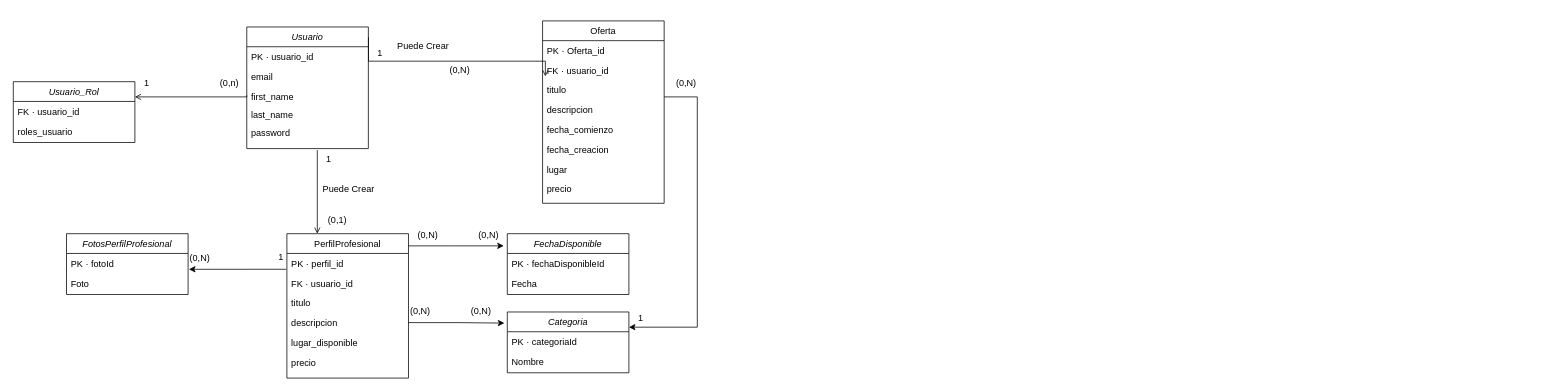
The draw.io diagram docs/TFC_FernandoGalisteo.drawio in FerGalisteo/TFC_FernandoGalisteo, before the edit. Source tidied: cells renumbered, new cells numbered last; positions are measured from the earlier drawing's top-left corner, leaving out a move shared by most shapes. Both pictures are drawn from the tidied source at 76%, with x=0, y=0 at pixel (13, 21).
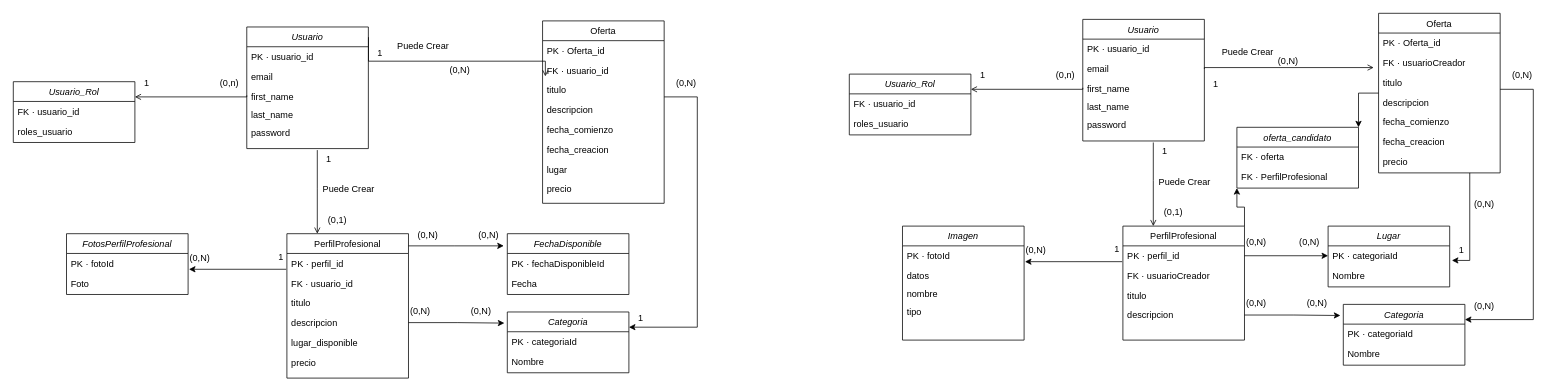
After the change.

The edit, as a diff of the source:
```diff
@@
+    <mxCell id="59" value="Usuario" style="swimlane;fontStyle=2;align=center;verticalAlign=top;horizontal=1;startSize=26;rounded=0;shadow=0;strokeWidth=1;" parent="1" vertex="1">
+      <mxGeometry x="1407.2" y="-2" width="160" height="160" as="geometry" />
+    </mxCell>
+    <mxCell id="60" value="PK · usuario_id" style="text;align=left;verticalAlign=top;spacingLeft=4;spacingRight=4;overflow=hidden;" parent="59" vertex="1">
+      <mxGeometry y="26" width="160" height="26" as="geometry" />
+    </mxCell>
+    <mxCell id="61" value="email" style="text;align=left;verticalAlign=top;spacingLeft=4;spacingRight=4;overflow=hidden;points=[[0,0.5],[1,0.5]];portConstraint=eastwest;rounded=0;shadow=0;html=0;" parent="59" vertex="1">
+      <mxGeometry y="52" width="160" height="26" as="geometry" />
+    </mxCell>
+    <mxCell id="62" value="first_name" style="text;align=left;verticalAlign=top;spacingLeft=4;spacingRight=4;overflow=hidden;points=[[0,0.5],[1,0.5]];portConstraint=eastwest;rounded=0;shadow=0;html=0;" parent="59" vertex="1">
+      <mxGeometry y="78" width="160" height="24" as="geometry" />
+    </mxCell>
+    <mxCell id="63" value="last_name" style="text;align=left;verticalAlign=top;spacingLeft=4;spacingRight=4;overflow=hidden;rounded=0;shadow=0;html=0;" parent="59" vertex="1">
+      <mxGeometry y="102" width="160" height="24" as="geometry" />
+    </mxCell>
+    <mxCell id="64" value="password" style="text;align=left;verticalAlign=top;spacingLeft=4;spacingRight=4;overflow=hidden;rounded=0;shadow=0;html=0;" parent="59" vertex="1">
+      <mxGeometry y="126" width="160" height="24" as="geometry" />
+    </mxCell>
+    <mxCell id="65" style="edgeStyle=orthogonalEdgeStyle;rounded=0;jettySize=auto;html=1;entryX=1;entryY=0.25;entryDx=0;entryDy=0;" parent="1" edge="1" source="67" target="103">
+      <mxGeometry relative="1" as="geometry">
+        <Array as="points">
+          <mxPoint x="2000" y="90" />
+          <mxPoint x="2000" y="393" />
+        </Array>
+      </mxGeometry>
+    </mxCell>
+    <mxCell id="66" style="edgeStyle=orthogonalEdgeStyle;rounded=0;jettySize=auto;html=1;entryX=1;entryY=0;entryDx=0;entryDy=0;" parent="1" edge="1" source="67" target="120">
+      <mxGeometry relative="1" as="geometry" />
+    </mxCell>
+    <mxCell id="67" value="Oferta" style="swimlane;fontStyle=0;align=center;verticalAlign=top;horizontal=1;startSize=26;rounded=0;shadow=0;strokeWidth=1;" parent="1" vertex="1">
+      <mxGeometry x="1796.4" y="-10" width="160" height="210" as="geometry" />
+    </mxCell>
+    <mxCell id="68" value="PK · Oferta_id" style="text;align=left;verticalAlign=top;spacingLeft=4;spacingRight=4;overflow=hidden;" parent="67" vertex="1">
+      <mxGeometry y="26" width="160" height="26" as="geometry" />
+    </mxCell>
+    <mxCell id="69" value="FK · usuarioCreador" style="text;align=left;verticalAlign=top;spacingLeft=4;spacingRight=4;overflow=hidden;points=[[0,0.5],[1,0.5]];portConstraint=eastwest;" parent="67" vertex="1">
+      <mxGeometry y="52" width="160" height="26" as="geometry" />
+    </mxCell>
+    <mxCell id="70" value="titulo" style="text;align=left;verticalAlign=top;spacingLeft=4;spacingRight=4;overflow=hidden;rounded=0;shadow=0;html=0;" parent="67" vertex="1">
+      <mxGeometry y="78" width="160" height="26" as="geometry" />
+    </mxCell>
+    <mxCell id="71" value="descripcion" style="text;align=left;verticalAlign=top;spacingLeft=4;spacingRight=4;overflow=hidden;rounded=0;shadow=0;html=0;" parent="67" vertex="1">
+      <mxGeometry y="104" width="160" height="26" as="geometry" />
+    </mxCell>
+    <mxCell id="72" value="fecha_comienzo" style="text;align=left;verticalAlign=top;spacingLeft=4;spacingRight=4;overflow=hidden;rounded=0;shadow=0;html=0;" parent="67" vertex="1">
+      <mxGeometry y="130" width="160" height="26" as="geometry" />
+    </mxCell>
+    <mxCell id="73" value="fecha_creacion" style="text;align=left;verticalAlign=top;spacingLeft=4;spacingRight=4;overflow=hidden;rounded=0;shadow=0;html=0;" parent="67" vertex="1">
+      <mxGeometry y="156" width="160" height="26" as="geometry" />
+    </mxCell>
+    <mxCell id="74" value="precio" style="text;align=left;verticalAlign=top;spacingLeft=4;spacingRight=4;overflow=hidden;" parent="67" vertex="1">
+      <mxGeometry y="182" width="160" height="26" as="geometry" />
+    </mxCell>
+    <mxCell id="75" style="endArrow=open;shadow=0;strokeWidth=1;rounded=0;endFill=1;edgeStyle=elbowEdgeStyle;elbow=vertical;exitX=1;exitY=0.5;exitDx=0;exitDy=0;entryX=-0.04;entryY=0.745;entryDx=0;entryDy=0;entryPerimeter=0;" parent="1" edge="1" source="61" target="69">
+      <mxGeometry x="0.5" y="41" relative="1" as="geometry">
+        <Array as="points">
+          <mxPoint x="1652.7" y="61.4" />
+        </Array>
+        <mxPoint x="-40" y="32" as="offset" />
+      </mxGeometry>
+    </mxCell>
+    <mxCell id="76" value="1" style="align=left;verticalAlign=bottom;labelBackgroundColor=none;fontSize=12;" parent="75" vertex="1">
+      <mxGeometry x="-1" relative="1" as="geometry">
+        <mxPoint x="10" y="29" as="offset" />
+      </mxGeometry>
+    </mxCell>
+    <mxCell id="77" value="(0,N)" style="align=right;verticalAlign=bottom;labelBackgroundColor=none;fontSize=12;" parent="75" vertex="1">
+      <mxGeometry x="1" relative="1" as="geometry">
+        <mxPoint x="-98" as="offset" />
+      </mxGeometry>
+    </mxCell>
+    <mxCell id="78" value="Puede Crear" style="text;html=1;align=center;verticalAlign=middle;labelBackgroundColor=none;rounded=0;shadow=0;strokeWidth=1;fontSize=12;" parent="75" vertex="1">
+      <mxGeometry x="0.5" y="49" relative="1" as="geometry">
+        <mxPoint x="-110" y="29" as="offset" />
+      </mxGeometry>
+    </mxCell>
+    <mxCell id="79" value="Usuario_Rol" style="swimlane;fontStyle=2;align=center;verticalAlign=top;horizontal=1;startSize=26;rounded=0;shadow=0;strokeWidth=1;" parent="1" vertex="1">
+      <mxGeometry x="1100" y="70" width="160" height="80" as="geometry" />
+    </mxCell>
+    <mxCell id="80" value="FK · usuario_id" style="text;align=left;verticalAlign=top;spacingLeft=4;spacingRight=4;overflow=hidden;" parent="79" vertex="1">
+      <mxGeometry y="26" width="160" height="26" as="geometry" />
+    </mxCell>
+    <mxCell id="81" value="roles_usuario" style="text;align=left;verticalAlign=top;spacingLeft=4;spacingRight=4;overflow=hidden;rounded=0;shadow=0;html=0;" parent="79" vertex="1">
+      <mxGeometry y="52" width="160" height="24" as="geometry" />
+    </mxCell>
+    <mxCell id="82" style="edgeStyle=orthogonalEdgeStyle;rounded=0;jettySize=auto;html=1;entryX=1.007;entryY=0.801;entryDx=0;entryDy=0;entryPerimeter=0;exitX=-0.006;exitY=0.8;exitDx=0;exitDy=0;exitPerimeter=0;" parent="1" edge="1" source="86" target="98">
+      <mxGeometry relative="1" as="geometry" />
+    </mxCell>
+    <mxCell id="83" style="edgeStyle=orthogonalEdgeStyle;rounded=0;jettySize=auto;html=1;exitX=1;exitY=0.5;exitDx=0;exitDy=0;entryX=-0.024;entryY=0.183;entryDx=0;entryDy=0;entryPerimeter=0;" parent="1" edge="1" source="89" target="103">
+      <mxGeometry relative="1" as="geometry" />
+    </mxCell>
+    <mxCell id="84" style="edgeStyle=orthogonalEdgeStyle;rounded=0;jettySize=auto;html=1;entryX=0;entryY=1;entryDx=0;entryDy=0;exitX=1;exitY=0;exitDx=0;exitDy=0;" parent="1" edge="1" source="85" target="120">
+      <mxGeometry relative="1" as="geometry" />
+    </mxCell>
+    <mxCell id="85" value="PerfilProfesional" style="swimlane;fontStyle=0;align=center;verticalAlign=top;horizontal=1;startSize=26;rounded=0;shadow=0;strokeWidth=1;" parent="1" vertex="1">
+      <mxGeometry x="1460" y="270" width="160" height="150" as="geometry" />
+    </mxCell>
+    <mxCell id="86" value="PK · perfil_id" style="text;align=left;verticalAlign=top;spacingLeft=4;spacingRight=4;overflow=hidden;points=[[0,0.5],[1,0.5]];portConstraint=eastwest;" parent="85" vertex="1">
+      <mxGeometry y="26" width="160" height="26" as="geometry" />
+    </mxCell>
+    <mxCell id="87" value="FK · usuarioCreador" style="text;align=left;verticalAlign=top;spacingLeft=4;spacingRight=4;overflow=hidden;" parent="85" vertex="1">
+      <mxGeometry y="52" width="160" height="26" as="geometry" />
+    </mxCell>
+    <mxCell id="88" value="titulo" style="text;align=left;verticalAlign=top;spacingLeft=4;spacingRight=4;overflow=hidden;rounded=0;shadow=0;html=0;" parent="85" vertex="1">
+      <mxGeometry y="78" width="160" height="26" as="geometry" />
+    </mxCell>
+    <mxCell id="89" value="descripcion" style="text;align=left;verticalAlign=top;spacingLeft=4;spacingRight=4;overflow=hidden;points=[[0,0.5],[1,0.5]];portConstraint=eastwest;rounded=0;shadow=0;html=0;" parent="85" vertex="1">
+      <mxGeometry y="104" width="160" height="26" as="geometry" />
+    </mxCell>
+    <mxCell id="90" style="endArrow=open;shadow=0;strokeWidth=1;rounded=0;endFill=1;edgeStyle=elbowEdgeStyle;elbow=vertical;entryX=0.25;entryY=0;entryDx=0;entryDy=0;" parent="1" edge="1" target="85">
+      <mxGeometry x="0.5" y="41" relative="1" as="geometry">
+        <mxPoint x="1500" y="160" as="sourcePoint" />
+        <Array as="points">
+          <mxPoint x="1500" y="210" />
+        </Array>
+        <mxPoint x="-40" y="32" as="offset" />
+      </mxGeometry>
+    </mxCell>
+    <mxCell id="91" value="1" style="align=left;verticalAlign=bottom;labelBackgroundColor=none;fontSize=12;" parent="90" vertex="1">
+      <mxGeometry x="-1" relative="1" as="geometry">
+        <mxPoint x="10" y="20" as="offset" />
+      </mxGeometry>
+    </mxCell>
+    <mxCell id="92" value="(0,1)" style="align=right;verticalAlign=bottom;labelBackgroundColor=none;fontSize=12;" parent="90" vertex="1">
+      <mxGeometry x="1" relative="1" as="geometry">
+        <mxPoint x="40" y="-10" as="offset" />
+      </mxGeometry>
+    </mxCell>
+    <mxCell id="93" value="Puede Crear" style="text;html=1;align=center;verticalAlign=middle;labelBackgroundColor=none;rounded=0;shadow=0;strokeWidth=1;fontSize=12;" parent="90" vertex="1">
+      <mxGeometry x="0.5" y="49" relative="1" as="geometry">
+        <mxPoint x="-9" y="-32" as="offset" />
+      </mxGeometry>
+    </mxCell>
+    <mxCell id="94" style="endArrow=open;shadow=0;strokeWidth=1;rounded=0;endFill=1;edgeStyle=elbowEdgeStyle;elbow=vertical;exitX=0;exitY=0.5;exitDx=0;exitDy=0;entryX=1;entryY=0.25;entryDx=0;entryDy=0;" parent="1" edge="1" source="62" target="79">
+      <mxGeometry x="0.5" y="41" relative="1" as="geometry">
+        <Array as="points">
+          <mxPoint x="1270" y="90" />
+        </Array>
+        <mxPoint x="-40" y="32" as="offset" />
+      </mxGeometry>
+    </mxCell>
+    <mxCell id="95" value="(0,n)" style="align=left;verticalAlign=bottom;labelBackgroundColor=none;fontSize=12;" parent="94" vertex="1">
+      <mxGeometry x="-1" relative="1" as="geometry">
+        <mxPoint x="-37" y="-8" as="offset" />
+      </mxGeometry>
+    </mxCell>
+    <mxCell id="96" value="1" style="align=right;verticalAlign=bottom;labelBackgroundColor=none;fontSize=12;" parent="94" vertex="1">
+      <mxGeometry x="1" relative="1" as="geometry">
+        <mxPoint x="20" y="-10" as="offset" />
+      </mxGeometry>
+    </mxCell>
+    <mxCell id="97" value="Imagen" style="swimlane;fontStyle=2;align=center;verticalAlign=top;horizontal=1;startSize=26;rounded=0;shadow=0;strokeWidth=1;" parent="1" vertex="1">
+      <mxGeometry x="1170" y="270" width="160" height="150" as="geometry" />
+    </mxCell>
+    <mxCell id="98" value="PK · fotoId" style="text;align=left;verticalAlign=top;spacingLeft=4;spacingRight=4;overflow=hidden;points=[[0,0.5],[1,0.5]];portConstraint=eastwest;" parent="97" vertex="1">
+      <mxGeometry y="26" width="160" height="26" as="geometry" />
+    </mxCell>
+    <mxCell id="99" value="datos" style="text;align=left;verticalAlign=top;spacingLeft=4;spacingRight=4;overflow=hidden;rounded=0;shadow=0;html=0;" parent="97" vertex="1">
+      <mxGeometry y="52" width="160" height="24" as="geometry" />
+    </mxCell>
+    <mxCell id="100" value="nombre" style="text;align=left;verticalAlign=top;spacingLeft=4;spacingRight=4;overflow=hidden;rounded=0;shadow=0;html=0;" parent="97" vertex="1">
+      <mxGeometry y="76" width="160" height="24" as="geometry" />
+    </mxCell>
+    <mxCell id="101" value="tipo" style="text;align=left;verticalAlign=top;spacingLeft=4;spacingRight=4;overflow=hidden;rounded=0;shadow=0;html=0;" parent="97" vertex="1">
+      <mxGeometry y="100" width="160" height="24" as="geometry" />
+    </mxCell>
+    <mxCell id="102" value="(0,N)" style="align=right;verticalAlign=bottom;labelBackgroundColor=none;fontSize=12;" parent="1" vertex="1">
+      <mxGeometry x="1360" y="310" as="geometry" />
+    </mxCell>
+    <mxCell id="103" value="Categoria" style="swimlane;fontStyle=2;align=center;verticalAlign=top;horizontal=1;startSize=26;rounded=0;shadow=0;strokeWidth=1;" parent="1" vertex="1">
+      <mxGeometry x="1750" y="373" width="160" height="80" as="geometry" />
+    </mxCell>
+    <mxCell id="104" value="PK · categoriaId" style="text;align=left;verticalAlign=top;spacingLeft=4;spacingRight=4;overflow=hidden;" parent="103" vertex="1">
+      <mxGeometry y="26" width="160" height="26" as="geometry" />
+    </mxCell>
+    <mxCell id="105" value="Nombre" style="text;align=left;verticalAlign=top;spacingLeft=4;spacingRight=4;overflow=hidden;rounded=0;shadow=0;html=0;" parent="103" vertex="1">
+      <mxGeometry y="52" width="160" height="24" as="geometry" />
+    </mxCell>
+    <mxCell id="106" value="(0,N)" style="align=right;verticalAlign=bottom;labelBackgroundColor=none;fontSize=12;" parent="1" vertex="1">
+      <mxGeometry x="1650" y="380" as="geometry" />
+    </mxCell>
+    <mxCell id="107" value="(0,N)" style="align=right;verticalAlign=bottom;labelBackgroundColor=none;fontSize=12;" parent="1" vertex="1">
+      <mxGeometry x="1730" y="380" as="geometry" />
+    </mxCell>
+    <mxCell id="108" value="1" style="align=left;verticalAlign=bottom;labelBackgroundColor=none;fontSize=12;" parent="1" vertex="1">
+      <mxGeometry x="1450" y="310" as="geometry">
+        <mxPoint x="-3" y="-1" as="offset" />
+      </mxGeometry>
+    </mxCell>
+    <mxCell id="109" value="(0,N)" style="align=right;verticalAlign=bottom;labelBackgroundColor=none;fontSize=12;" parent="1" vertex="1">
+      <mxGeometry x="2000" y="80" as="geometry" />
+    </mxCell>
+    <mxCell id="110" value="(0,N)" style="align=right;verticalAlign=bottom;labelBackgroundColor=none;fontSize=12;" parent="1" vertex="1">
+      <mxGeometry x="1950" y="383" as="geometry" />
+    </mxCell>
+    <mxCell id="111" value="Lugar" style="swimlane;fontStyle=2;align=center;verticalAlign=top;horizontal=1;startSize=26;rounded=0;shadow=0;strokeWidth=1;" parent="1" vertex="1">
+      <mxGeometry x="1730" y="270" width="160" height="80" as="geometry" />
+    </mxCell>
+    <mxCell id="112" value="PK · categoriaId" style="text;align=left;verticalAlign=top;spacingLeft=4;spacingRight=4;overflow=hidden;points=[[0,0.5],[1,0.5]];portConstraint=eastwest;" parent="111" vertex="1">
+      <mxGeometry y="26" width="160" height="26" as="geometry" />
+    </mxCell>
+    <mxCell id="113" value="Nombre" style="text;align=left;verticalAlign=top;spacingLeft=4;spacingRight=4;overflow=hidden;rounded=0;shadow=0;html=0;" parent="111" vertex="1">
+      <mxGeometry y="52" width="160" height="24" as="geometry" />
+    </mxCell>
+    <mxCell id="114" value="1" style="align=right;verticalAlign=bottom;labelBackgroundColor=none;fontSize=12;" parent="1" vertex="1">
+      <mxGeometry x="1910" y="310" as="geometry" />
+    </mxCell>
+    <mxCell id="115" style="edgeStyle=orthogonalEdgeStyle;rounded=0;jettySize=auto;html=1;entryX=1.018;entryY=0.737;entryDx=0;entryDy=0;entryPerimeter=0;exitX=0.75;exitY=1;exitDx=0;exitDy=0;" parent="1" edge="1" source="67" target="112">
+      <mxGeometry relative="1" as="geometry" />
+    </mxCell>
+    <mxCell id="116" value="(0,N)" style="align=right;verticalAlign=bottom;labelBackgroundColor=none;fontSize=12;" parent="1" vertex="1">
+      <mxGeometry x="1950" y="250" as="geometry" />
+    </mxCell>
+    <mxCell id="117" style="edgeStyle=orthogonalEdgeStyle;rounded=0;jettySize=auto;html=1;" parent="1" edge="1" source="86" target="112">
+      <mxGeometry relative="1" as="geometry" />
+    </mxCell>
+    <mxCell id="118" value="(0,N)" style="align=right;verticalAlign=bottom;labelBackgroundColor=none;fontSize=12;" parent="1" vertex="1">
+      <mxGeometry x="1650" y="300" as="geometry" />
+    </mxCell>
+    <mxCell id="119" value="(0,N)" style="align=right;verticalAlign=bottom;labelBackgroundColor=none;fontSize=12;" parent="1" vertex="1">
+      <mxGeometry x="1720" y="300" as="geometry" />
+    </mxCell>
+    <mxCell id="120" value="oferta_candidato" style="swimlane;fontStyle=2;align=center;verticalAlign=top;horizontal=1;startSize=26;rounded=0;shadow=0;strokeWidth=1;" parent="1" vertex="1">
+      <mxGeometry x="1610" y="140" width="160" height="80" as="geometry" />
+    </mxCell>
+    <mxCell id="121" value="FK · oferta" style="text;align=left;verticalAlign=top;spacingLeft=4;spacingRight=4;overflow=hidden;" parent="120" vertex="1">
+      <mxGeometry y="26" width="160" height="26" as="geometry" />
+    </mxCell>
+    <mxCell id="122" value="FK · PerfilProfesional" style="text;align=left;verticalAlign=top;spacingLeft=4;spacingRight=4;overflow=hidden;rounded=0;shadow=0;html=0;" parent="120" vertex="1">
+      <mxGeometry y="52" width="160" height="24" as="geometry" />
+    </mxCell>
```
